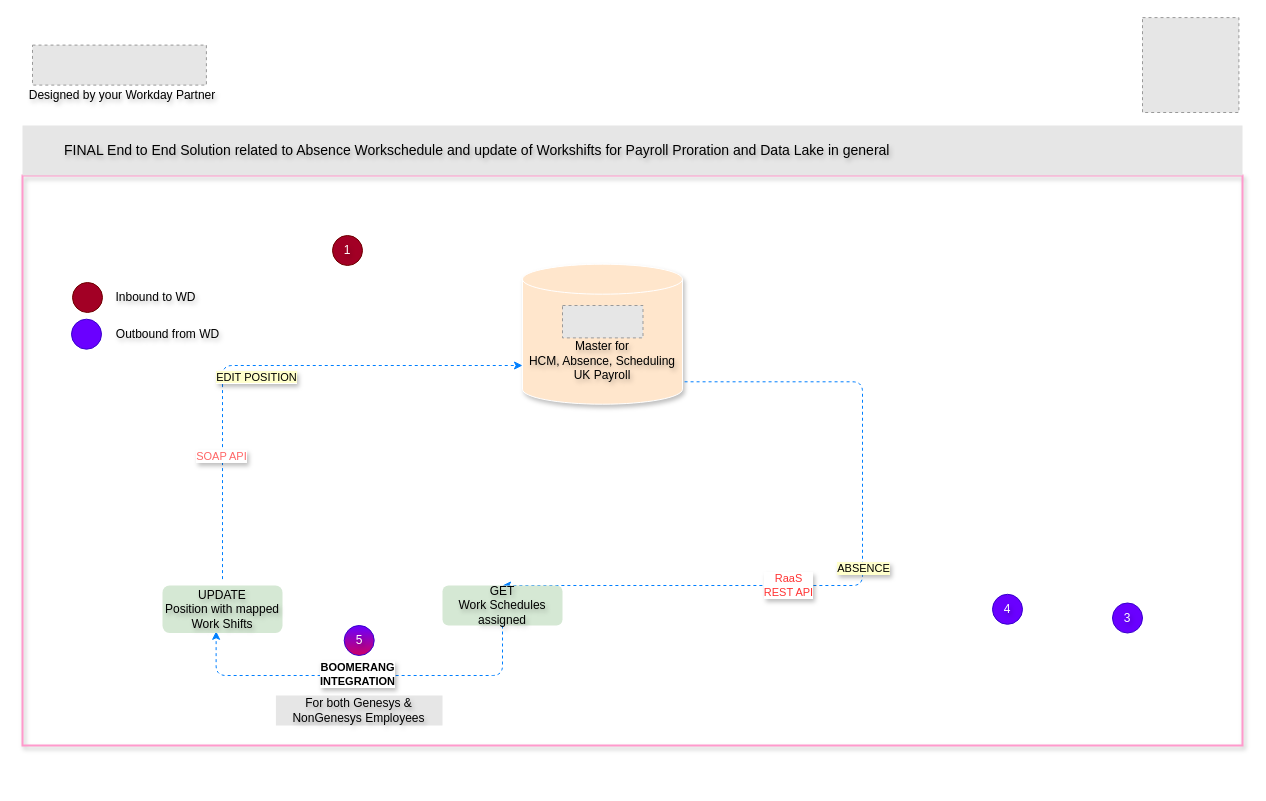
This is Leonardo Hotels Boomerang v1.drawio from sandyaroma/sandyaroma, a draw.io file, before an edit. Source tidied: cells renumbered, new cells numbered last; positions are measured from the earlier drawing's top-left corner, leaving out a move shared by most shapes. Both pictures are drawn from the tidied source at 100%, with x=0, y=0 at pixel (22, 17). Pictures stored in the file or linked from it are replaced by grey dashed boxes.
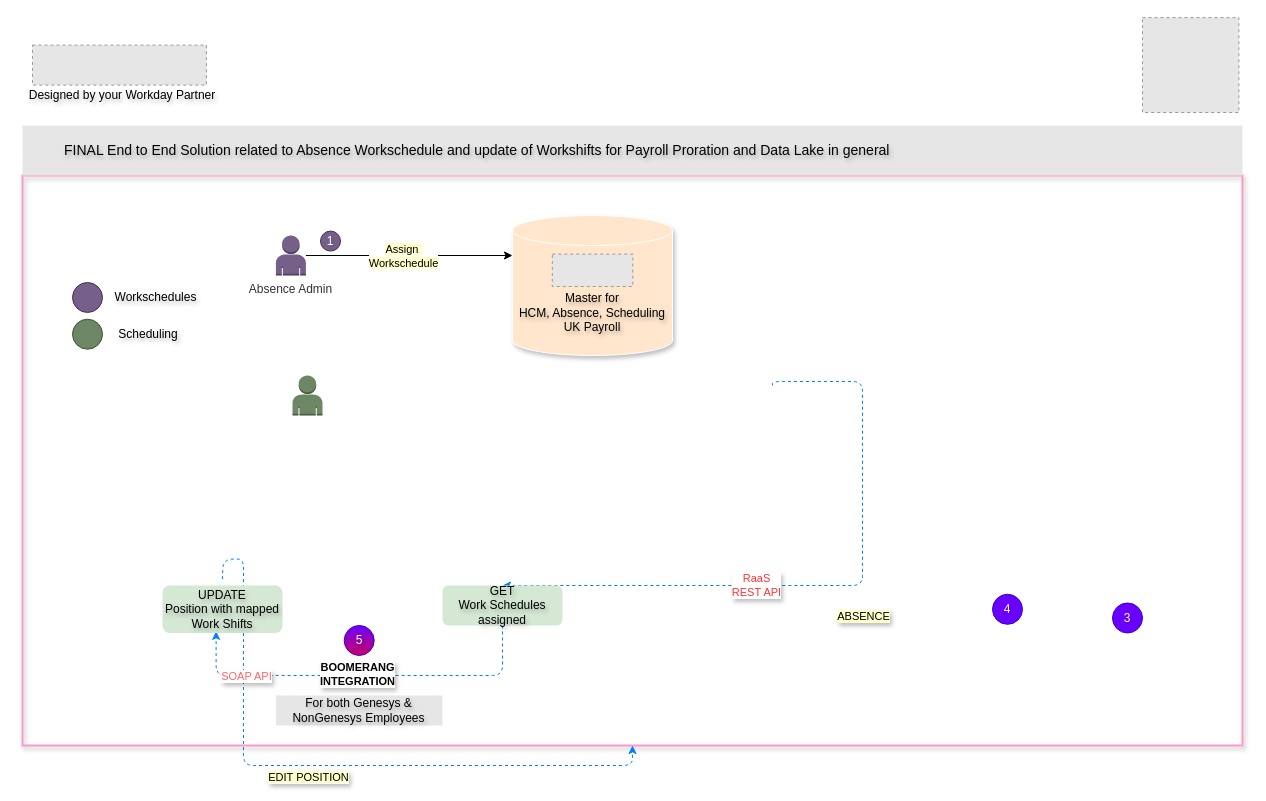
After the change.

Commit message (it also covers changes not shown here):
Mettre à jour Leonardo Hotels Boomerang v1.drawio

The change refers to these unchanged cells:
```xml
<mxCell id="2" style="rounded=0;whiteSpace=wrap;html=1;fillColor=none;strokeWidth=2;strokeColor=#FF99CC;shadow=1;textShadow=1;" parent="1" vertex="1">
  <mxGeometry y="158" width="1220" height="570" as="geometry" />
</mxCell>
<mxCell id="10" value="GET&lt;div&gt;Work Schedules&lt;/div&gt;&lt;div&gt;assigned&lt;/div&gt;" style="rounded=1;whiteSpace=wrap;html=1;fillColor=#D5E8D4;strokeColor=none;textShadow=1;" parent="1" vertex="1">
  <mxGeometry x="420" y="568" width="120" height="40" as="geometry" />
</mxCell>
```

Diff of the diagram source:
```diff
@@
     <mxCell id="3" value="&lt;div&gt;&lt;br&gt;&lt;/div&gt;&lt;div&gt;&lt;br&gt;&lt;/div&gt;&lt;div&gt;&lt;span style=&quot;background-color: initial;&quot;&gt;Master for&lt;/span&gt;&lt;/div&gt;&lt;div&gt;&lt;span style=&quot;background-color: initial;&quot;&gt;HCM, Absence, Scheduling&lt;/span&gt;&lt;br&gt;&lt;/div&gt;&lt;div&gt;&lt;span style=&quot;background-color: initial;&quot;&gt;UK Payroll&lt;/span&gt;&lt;/div&gt;" style="shape=cylinder3;whiteSpace=wrap;html=1;boundedLbl=1;backgroundOutline=1;size=15;fillColor=#ffe6cc;strokeColor=#FFFFFF;shadow=1;textShadow=1;" parent="1" vertex="1">
-      <mxGeometry x="500" y="246.7" width="160" height="140" as="geometry" />
+      <mxGeometry x="490" y="198" width="160" height="140" as="geometry" />
     </mxCell>
     <mxCell id="4" style="fillColor=#E6E6E6;strokeColor=#999999;dashed=1;verticalLabelPosition=bottom;labelBackgroundColor=default;verticalAlign=top;" parent="1" vertex="1">
-      <mxGeometry x="540" y="288" width="80.5" height="32.4" as="geometry" />
+      <mxGeometry x="529.8" y="236.6" width="80.5" height="32.4" as="geometry" />
     </mxCell>
-    <mxCell id="5" style="edgeStyle=orthogonalEdgeStyle;rounded=1;jettySize=auto;html=1;entryX=0.5;entryY=0;entryDx=0;entryDy=0;dashed=1;strokeColor=#007FFF;curved=0;textShadow=1;exitX=1.013;exitY=0.84;exitDx=0;exitDy=0;exitPerimeter=0;flowAnimation=0;" parent="1" edge="1" source="3" target="10">
+    <mxCell id="5" style="edgeStyle=orthogonalEdgeStyle;rounded=1;jettySize=auto;html=1;entryX=0.5;entryY=0;entryDx=0;entryDy=0;dashed=1;strokeColor=#007FFF;curved=0;textShadow=1;flowAnimation=0;" parent="1" edge="1" target="10">
       <mxGeometry relative="1" as="geometry">
+        <mxPoint x="750" y="368" as="sourcePoint" />
         <Array as="points">
           <mxPoint x="840" y="364" />
           <mxPoint x="840" y="568" />
         </Array>
       </mxGeometry>
     </mxCell>
@@
-    <mxCell id="11" style="edgeStyle=orthogonalEdgeStyle;rounded=1;orthogonalLoop=1;jettySize=auto;html=1;dashed=1;strokeColor=#007FFF;curved=0;textShadow=1;flowAnimation=0;" parent="1" edge="1">
+    <mxCell id="11" style="edgeStyle=orthogonalEdgeStyle;rounded=1;jettySize=auto;html=1;dashed=1;strokeColor=#007FFF;curved=0;textShadow=1;flowAnimation=0;" parent="1" edge="1" target="2">
       <mxGeometry relative="1" as="geometry">
         <mxPoint x="200" y="561.6" as="sourcePoint" />
-        <mxPoint x="500" y="348" as="targetPoint" />
-        <Array as="points">
-          <mxPoint x="200" y="347.6" />
-        </Array>
       </mxGeometry>
     </mxCell>
@@
-    <mxCell id="16" value="1" style="ellipse;whiteSpace=wrap;html=1;fillColor=#a20025;strokeColor=#6F0000;fontColor=#ffffff;align=center;verticalAlign=middle;fontFamily=Helvetica;fontSize=12;textShadow=1;" parent="1" vertex="1">
-      <mxGeometry x="310" y="218" width="30" height="30" as="geometry" />
+    <mxCell id="16" value="1" style="ellipse;whiteSpace=wrap;html=1;fillColor=#76608a;strokeColor=#432D57;fontColor=#ffffff;align=center;verticalAlign=middle;fontFamily=Helvetica;fontSize=12;textShadow=1;" parent="1" vertex="1">
+      <mxGeometry x="298" y="213.6" width="20" height="20" as="geometry" />
     </mxCell>
@@
-    <mxCell id="20" style="ellipse;whiteSpace=wrap;html=1;fillColor=#a20025;strokeColor=#6F0000;fontColor=#ffffff;textShadow=1;" parent="1" vertex="1">
+    <mxCell id="20" style="ellipse;whiteSpace=wrap;html=1;fillColor=#76608a;strokeColor=#432D57;fontColor=#ffffff;textShadow=1;" parent="1" vertex="1">
       <mxGeometry x="50" y="265" width="30" height="30" as="geometry" />
     </mxCell>
-    <mxCell id="21" value="Inbound to WD" style="text;html=1;align=center;verticalAlign=middle;whiteSpace=wrap;rounded=0;textShadow=1;" parent="1" vertex="1">
+    <mxCell id="21" value="Workschedules" style="text;html=1;align=center;verticalAlign=middle;whiteSpace=wrap;rounded=0;textShadow=1;" parent="1" vertex="1">
       <mxGeometry x="67" y="265" width="132.8" height="30" as="geometry" />
     </mxCell>
-    <mxCell id="22" style="ellipse;whiteSpace=wrap;html=1;fillColor=#6a00ff;strokeColor=#3700CC;fontColor=#ffffff;textShadow=1;" parent="1" vertex="1">
-      <mxGeometry x="49" y="301.7" width="30" height="30" as="geometry" />
+    <mxCell id="22" style="ellipse;whiteSpace=wrap;html=1;fillColor=#6d8764;strokeColor=#3A5431;fontColor=#ffffff;textShadow=1;" parent="1" vertex="1">
+      <mxGeometry x="50" y="301.7" width="30" height="30" as="geometry" />
     </mxCell>
-    <mxCell id="23" value="Outbound from WD" style="text;html=1;align=center;verticalAlign=middle;whiteSpace=wrap;rounded=0;textShadow=1;" parent="1" vertex="1">
-      <mxGeometry x="79" y="301.7" width="132.8" height="30" as="geometry" />
+    <mxCell id="23" value="Scheduling" style="text;html=1;align=center;verticalAlign=middle;whiteSpace=wrap;rounded=0;textShadow=1;" parent="1" vertex="1">
+      <mxGeometry x="80" y="301.7" width="91.8" height="30" as="geometry" />
     </mxCell>
@@
+    <mxCell id="28" style="edgeStyle=orthogonalEdgeStyle;rounded=0;jettySize=auto;html=1;" parent="1" edge="1" source="30">
+      <mxGeometry relative="1" as="geometry">
+        <mxPoint x="490" y="238" as="targetPoint" />
+      </mxGeometry>
+    </mxCell>
+    <mxCell id="29" value="&lt;span style=&quot;background-color: rgb(255, 255, 204);&quot;&gt;Assign&amp;nbsp;&lt;/span&gt;&lt;div&gt;&lt;span style=&quot;background-color: rgb(255, 255, 204);&quot;&gt;Workschedule&lt;/span&gt;&lt;/div&gt;" style="edgeLabel;html=1;align=center;verticalAlign=middle;" parent="28" vertex="1">
+      <mxGeometry x="-0.3" y="-3" relative="1" as="geometry">
+        <mxPoint x="25" y="-3" as="offset" />
+      </mxGeometry>
+    </mxCell>
+    <mxCell id="30" value="&lt;font style=&quot;color: rgb(51, 51, 51);&quot;&gt;Absence Admin&lt;/font&gt;" style="outlineConnect=0;dashed=0;verticalLabelPosition=bottom;verticalAlign=top;align=center;html=1;shape=mxgraph.aws3.user;fillColor=#76608a;strokeColor=#432D57;fontColor=#ffffff;" parent="1" vertex="1">
+      <mxGeometry x="253.4" y="218" width="30" height="40" as="geometry" />
+    </mxCell>
+    <mxCell id="31" style="dashed=0;verticalLabelPosition=bottom;verticalAlign=top;align=center;html=1;shape=mxgraph.aws3.user;fillColor=#6d8764;strokeColor=#3A5431;fontColor=#ffffff;" parent="1" vertex="1">
+      <mxGeometry x="270" y="358" width="30" height="40" as="geometry" />
+    </mxCell>
```
